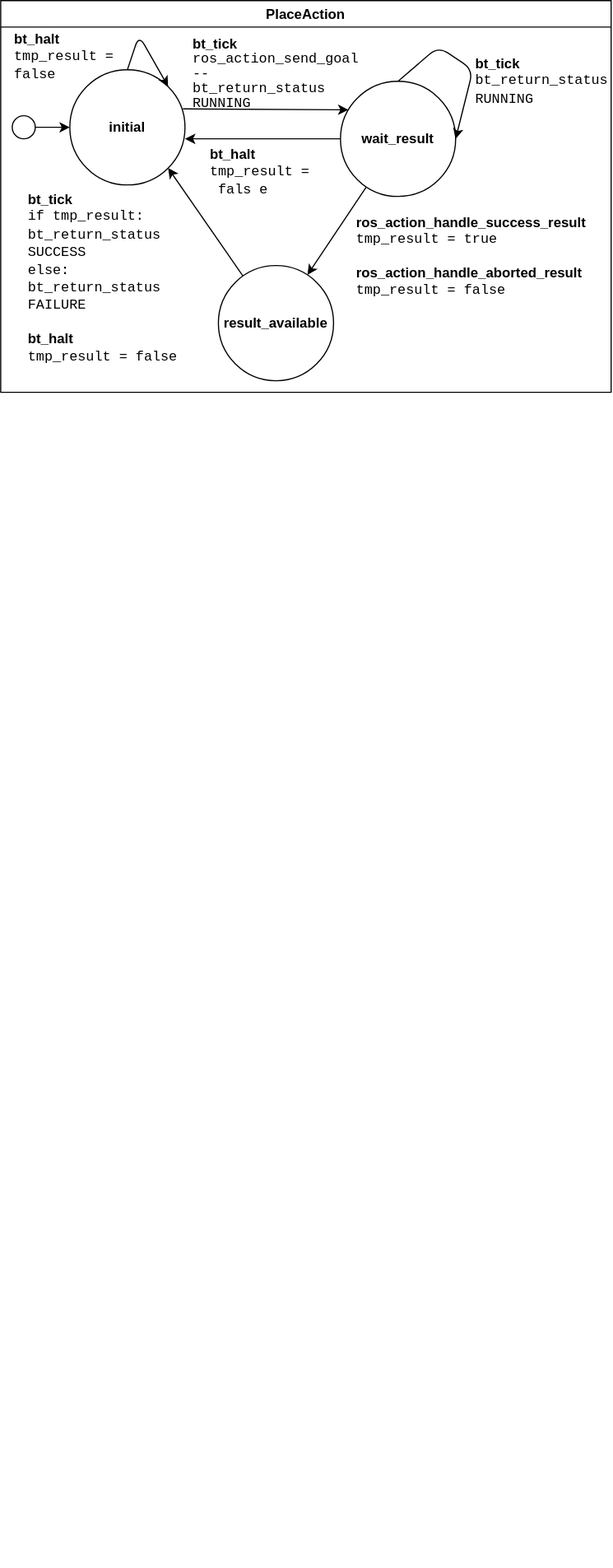
Earlier version of the draw.io export docs/source/graphics/scxml_tutorial_ros_fetch_and_carry_bt_place.drawio.svg (convince-project/AS2FM). Source tidied: cells renumbered, new cells last; positions are measured from the earlier drawing's top-left corner, leaving out a move shared by most shapes. Its diagram source:
```xml
<mxGraphModel>
  <root>
    <mxCell id="0" />
    <mxCell id="1" parent="0" />
    <mxCell id="2" value="PlaceAction" style="swimlane;rotation=0;" parent="1" vertex="1">
      <mxGeometry width="530" height="340" as="geometry" />
    </mxCell>
    <mxCell id="3" style="edgeStyle=none;html=1;entryX=0.069;entryY=0.248;entryDx=0;entryDy=0;entryPerimeter=0;exitX=0.982;exitY=0.34;exitDx=0;exitDy=0;exitPerimeter=0;" parent="2" edge="1" source="4" target="6">
      <mxGeometry relative="1" as="geometry" />
    </mxCell>
    <mxCell id="4" value="&lt;font style=&quot;&quot;&gt;&lt;font style=&quot;font-size: 12px;&quot;&gt;&lt;b style=&quot;&quot;&gt;initial&lt;/b&gt;&lt;/font&gt;&lt;br&gt;&lt;/font&gt;" style="ellipse;whiteSpace=wrap;html=1;shadow=0;" parent="2" vertex="1">
      <mxGeometry x="60" y="60" width="100" height="100" as="geometry" />
    </mxCell>
    <mxCell id="5" style="edgeStyle=none;html=1;" parent="2" edge="1" source="6" target="8">
      <mxGeometry relative="1" as="geometry" />
    </mxCell>
    <mxCell id="6" value="&lt;font style=&quot;font-size: 12px;&quot;&gt;&lt;b style=&quot;&quot;&gt;wait_result&lt;/b&gt;&lt;br&gt;&lt;/font&gt;" style="ellipse;whiteSpace=wrap;html=1;" parent="2" vertex="1">
      <mxGeometry x="295" y="70" width="100" height="100" as="geometry" />
    </mxCell>
    <mxCell id="7" style="edgeStyle=none;html=1;entryX=1;entryY=1;entryDx=0;entryDy=0;fontFamily=Courier New;fontSize=12;" parent="2" edge="1" source="8" target="4">
      <mxGeometry relative="1" as="geometry" />
    </mxCell>
    <mxCell id="8" value="&lt;font style=&quot;font-size: 12px;&quot;&gt;&lt;b style=&quot;&quot;&gt;result_available&lt;/b&gt;&lt;br&gt;&lt;/font&gt;" style="ellipse;whiteSpace=wrap;html=1;" parent="2" vertex="1">
      <mxGeometry x="189" y="230" width="100" height="100" as="geometry" />
    </mxCell>
    <mxCell id="9" value="&lt;p style=&quot;line-height: 100%;&quot;&gt;&lt;b&gt;bt_tick&lt;br&gt;&lt;/b&gt;&lt;font face=&quot;Courier New&quot;&gt;ros_action_send_goal&lt;br&gt;&amp;nbsp; --&lt;br&gt;bt_return_status&lt;br&gt;&amp;nbsp; RUNNING&lt;/font&gt;&lt;/p&gt;" style="text;strokeColor=none;align=left;fillColor=none;html=1;verticalAlign=middle;whiteSpace=wrap;rounded=0;" parent="2" vertex="1">
      <mxGeometry x="165" y="18" width="158" height="90" as="geometry" />
    </mxCell>
    <mxCell id="10" style="edgeStyle=none;html=1;exitX=0;exitY=0.5;exitDx=0;exitDy=0;" parent="2" edge="1" source="6">
      <mxGeometry relative="1" as="geometry">
        <mxPoint x="160" y="120" as="targetPoint" />
      </mxGeometry>
    </mxCell>
    <mxCell id="11" value="&lt;div style=&quot;text-align: left; font-size: 12px;&quot;&gt;&lt;span style=&quot;background-color: initial;&quot;&gt;&lt;b style=&quot;&quot;&gt;&lt;font style=&quot;font-size: 12px;&quot;&gt;bt_tick&lt;/font&gt;&lt;/b&gt;&lt;/span&gt;&lt;/div&gt;&lt;div style=&quot;text-align: left; font-size: 12px;&quot;&gt;&lt;span style=&quot;background-color: initial;&quot;&gt;&lt;font style=&quot;font-size: 12px;&quot; face=&quot;Courier New&quot;&gt;bt_return_status&lt;/font&gt;&lt;/span&gt;&lt;/div&gt;&lt;div style=&quot;text-align: left; font-size: 12px;&quot;&gt;&lt;span style=&quot;background-color: initial;&quot;&gt;&lt;font style=&quot;font-size: 12px;&quot; face=&quot;Courier New&quot;&gt;&amp;nbsp; RUNNING&lt;/font&gt;&lt;/span&gt;&lt;/div&gt;" style="text;strokeColor=none;align=center;fillColor=none;html=1;verticalAlign=middle;whiteSpace=wrap;rounded=0;fontSize=8;" parent="2" vertex="1">
      <mxGeometry x="430" y="37" width="80" height="65" as="geometry" />
    </mxCell>
    <mxCell id="12" value="&lt;b&gt;bt_halt&lt;/b&gt;&lt;br&gt;&lt;font face=&quot;Courier New&quot;&gt;tmp_result = false&lt;/font&gt;" style="text;strokeColor=none;align=left;fillColor=none;html=1;verticalAlign=middle;whiteSpace=wrap;rounded=0;" parent="2" vertex="1">
      <mxGeometry x="10" y="18" width="90" height="61" as="geometry" />
    </mxCell>
    <mxCell id="13" style="edgeStyle=none;html=1;exitX=1;exitY=0.5;exitDx=0;exitDy=0;entryX=0;entryY=0.5;entryDx=0;entryDy=0;" parent="2" edge="1" source="14" target="4">
      <mxGeometry relative="1" as="geometry" />
    </mxCell>
    <mxCell id="14" style="ellipse;whiteSpace=wrap;html=1;shadow=0;" parent="2" vertex="1">
      <mxGeometry x="10" y="100" width="20" height="20" as="geometry" />
    </mxCell>
    <mxCell id="15" style="edgeStyle=none;html=1;exitX=0.5;exitY=0;exitDx=0;exitDy=0;entryX=1;entryY=0.5;entryDx=0;entryDy=0;fontFamily=Courier New;fontSize=12;" parent="2" edge="1" source="6" target="6">
      <mxGeometry relative="1" as="geometry">
        <Array as="points">
          <mxPoint x="380" y="40" />
          <mxPoint x="410" y="60" />
        </Array>
      </mxGeometry>
    </mxCell>
    <mxCell id="16" value="&lt;b&gt;bt_halt&lt;/b&gt; &lt;br&gt;&amp;nbsp; &lt;font face=&quot;Courier New&quot;&gt;tmp_result =&amp;nbsp; &amp;nbsp;fals&lt;/font&gt;e" style="text;strokeColor=none;align=left;fillColor=none;html=1;verticalAlign=middle;whiteSpace=wrap;rounded=0;" parent="2" vertex="1">
      <mxGeometry x="180" y="134" width="106" height="30" as="geometry" />
    </mxCell>
    <mxCell id="17" value="&lt;font style=&quot;font-size: 12px;&quot;&gt;&lt;b&gt;ros_action_handle_success_result&lt;/b&gt;&lt;br&gt;&lt;font face=&quot;Courier New&quot;&gt;&amp;nbsp; tmp_result = true&lt;/font&gt;&lt;br&gt;&lt;br&gt;&lt;b&gt;ros_action_handle_aborted_result&lt;/b&gt;&lt;br&gt;&amp;nbsp; &lt;font face=&quot;Courier New&quot;&gt;tmp_result = false&lt;/font&gt;&lt;/font&gt;" style="text;strokeColor=none;align=left;fillColor=none;html=1;verticalAlign=middle;whiteSpace=wrap;rounded=0;" parent="2" vertex="1">
      <mxGeometry x="307" y="148" width="206" height="147" as="geometry" />
    </mxCell>
    <mxCell id="18" value="&lt;b&gt;bt_tick&lt;/b&gt;&lt;br&gt;&lt;font face=&quot;Courier New&quot;&gt;&amp;nbsp;&amp;nbsp;if tmp_result:&lt;/font&gt;&lt;br&gt;&lt;font face=&quot;Courier New&quot;&gt;&amp;nbsp; &amp;nbsp; bt_return_status&lt;br&gt;&amp;nbsp; &amp;nbsp; &amp;nbsp; SUCCESS&lt;br&gt;&amp;nbsp; else:&lt;br&gt;&lt;/font&gt;&lt;span style=&quot;font-family: &amp;quot;Courier New&amp;quot;;&quot;&gt;&amp;nbsp; &amp;nbsp;&amp;nbsp;&lt;/span&gt;&lt;span style=&quot;font-family: &amp;quot;Courier New&amp;quot;;&quot;&gt;bt_return_status&lt;/span&gt;&lt;br style=&quot;font-family: &amp;quot;Courier New&amp;quot;;&quot;&gt;&lt;span style=&quot;font-family: &amp;quot;Courier New&amp;quot;;&quot;&gt;&amp;nbsp; &amp;nbsp; &amp;nbsp; FAILURE&lt;/span&gt;&lt;br&gt;&lt;br&gt;&lt;b&gt;bt_halt&lt;/b&gt;&lt;br&gt;&lt;font face=&quot;Courier New&quot;&gt;&amp;nbsp; tmp_result = false&lt;/font&gt;" style="text;strokeColor=none;align=left;fillColor=none;html=1;verticalAlign=middle;whiteSpace=wrap;rounded=0;" parent="2" vertex="1">
      <mxGeometry x="22" y="166" width="166" height="150" as="geometry" />
    </mxCell>
    <mxCell id="19" style="edgeStyle=none;html=1;exitX=0.5;exitY=0;exitDx=0;exitDy=0;entryX=1;entryY=0;entryDx=0;entryDy=0;fontFamily=Courier New;fontSize=12;" parent="2" edge="1" source="4" target="4">
      <mxGeometry relative="1" as="geometry">
        <Array as="points">
          <mxPoint x="120" y="30" />
        </Array>
      </mxGeometry>
    </mxCell>
    <mxCell id="20" style="edgeStyle=none;html=1;" parent="1" edge="1">
      <mxGeometry relative="1" as="geometry">
        <mxPoint x="210" y="1350" as="sourcePoint" />
        <mxPoint x="210" y="1350" as="targetPoint" />
      </mxGeometry>
    </mxCell>
  </root>
</mxGraphModel>
```
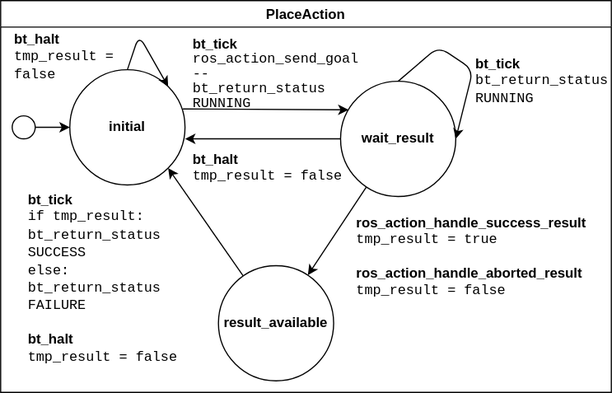
Later version of the same file.

Commit message:
rework tutorial

The edit, as a diff of the source:
```diff
@@ -51,9 +51,6 @@
         </Array>
       </mxGeometry>
     </mxCell>
-    <mxCell id="16" value="&lt;b&gt;bt_halt&lt;/b&gt; &lt;br&gt;&amp;nbsp; &lt;font face=&quot;Courier New&quot;&gt;tmp_result =&amp;nbsp; &amp;nbsp;fals&lt;/font&gt;e" style="text;strokeColor=none;align=left;fillColor=none;html=1;verticalAlign=middle;whiteSpace=wrap;rounded=0;" parent="2" vertex="1">
-      <mxGeometry x="180" y="134" width="106" height="30" as="geometry" />
-    </mxCell>
     <mxCell id="17" value="&lt;font style=&quot;font-size: 12px;&quot;&gt;&lt;b&gt;ros_action_handle_success_result&lt;/b&gt;&lt;br&gt;&lt;font face=&quot;Courier New&quot;&gt;&amp;nbsp; tmp_result = true&lt;/font&gt;&lt;br&gt;&lt;br&gt;&lt;b&gt;ros_action_handle_aborted_result&lt;/b&gt;&lt;br&gt;&amp;nbsp; &lt;font face=&quot;Courier New&quot;&gt;tmp_result = false&lt;/font&gt;&lt;/font&gt;" style="text;strokeColor=none;align=left;fillColor=none;html=1;verticalAlign=middle;whiteSpace=wrap;rounded=0;" parent="2" vertex="1">
       <mxGeometry x="307" y="148" width="206" height="147" as="geometry" />
     </mxCell>
@@ -67,11 +64,8 @@
         </Array>
       </mxGeometry>
     </mxCell>
-    <mxCell id="20" style="edgeStyle=none;html=1;" parent="1" edge="1">
-      <mxGeometry relative="1" as="geometry">
-        <mxPoint x="210" y="1350" as="sourcePoint" />
-        <mxPoint x="210" y="1350" as="targetPoint" />
-      </mxGeometry>
-    </mxCell>
+    <mxCell id="21" value="&lt;b&gt;bt_halt&lt;/b&gt; &lt;br&gt;&amp;nbsp; &lt;font face=&quot;Courier New&quot;&gt;tmp_result = false&lt;/font&gt;" style="text;strokeColor=none;align=left;fillColor=none;html=1;verticalAlign=middle;whiteSpace=wrap;rounded=0;" parent="2" vertex="1">
+      <mxGeometry x="165" y="130" width="180" height="30" as="geometry" />
+    </mxCell>
   </root>
 </mxGraphModel>
```
